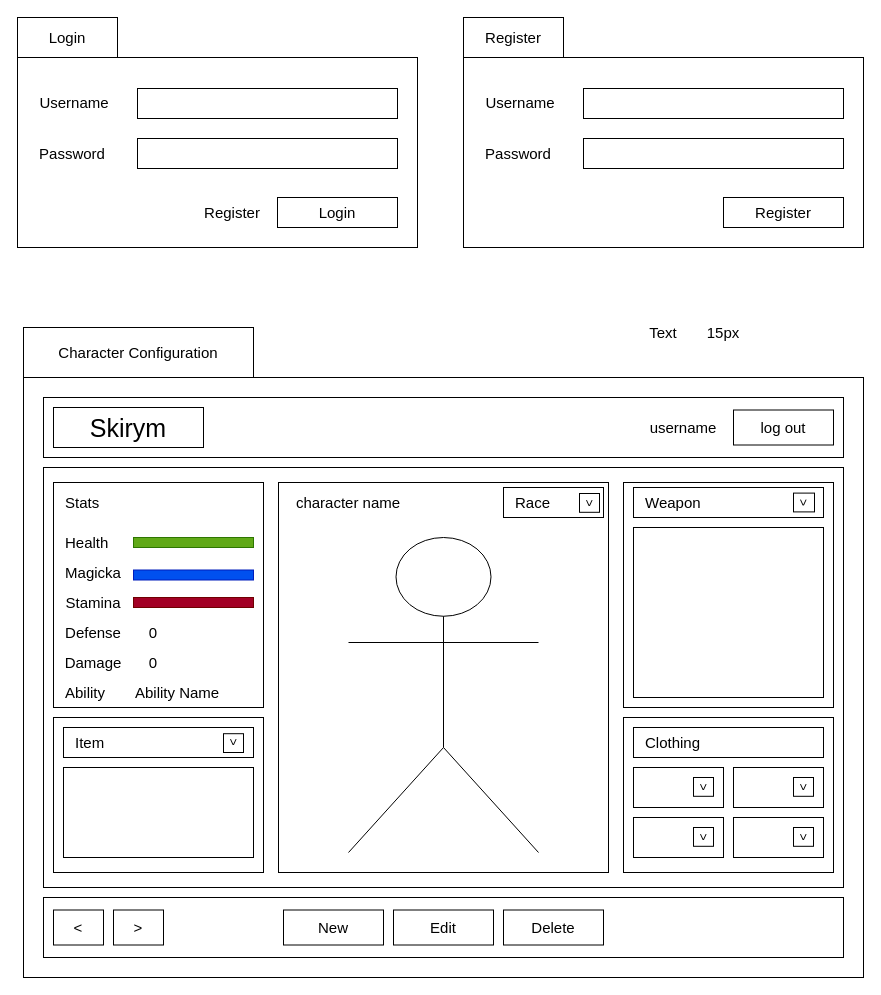
Joel6v/PraktikumZuehlke keeps this draw.io diagram as Diagrams/character_config_page.drawio. Above is the earlier version. Source tidied: cells renumbered, new cells numbered last; positions are measured from the earlier drawing's top-left corner, leaving out a move shared by most shapes. Both pictures are drawn from the tidied source at 100%, with x=0, y=0 at pixel (17, 17).
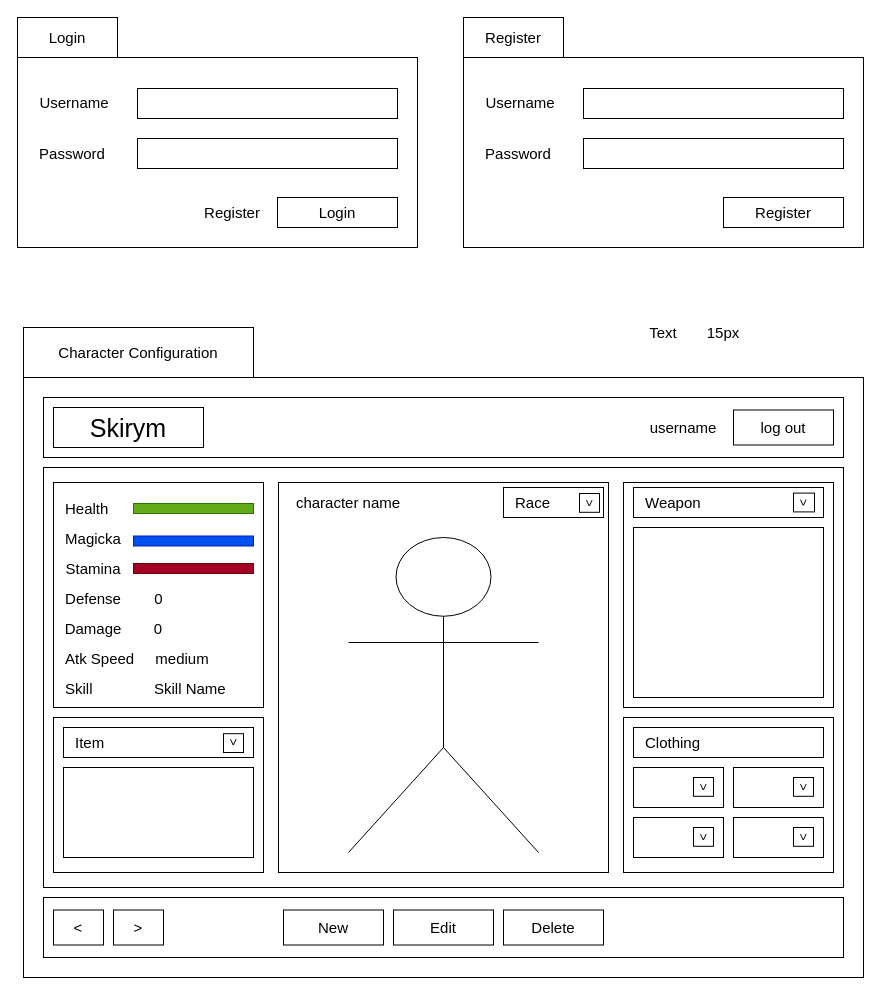
The same diagram, later.

Commit message (it also covers changes not shown here):
create register window, edit register window, edit character  config, edit data model diagram

What changed in the source:
```diff
@@
     <mxCell id="37" value="&lt;font style=&quot;font-size: 15px;&quot;&gt;Health&lt;/font&gt;" style="text;html=1;align=left;verticalAlign=middle;whiteSpace=wrap;rounded=0;" parent="1" vertex="1">
-      <mxGeometry x="46" y="510" width="60" height="30" as="geometry" />
+      <mxGeometry x="46" y="476" width="60" height="30" as="geometry" />
     </mxCell>
-    <mxCell id="38" value="&lt;font style=&quot;font-size: 15px;&quot;&gt;Stats&lt;/font&gt;" style="text;html=1;align=left;verticalAlign=middle;whiteSpace=wrap;rounded=0;" parent="1" vertex="1">
-      <mxGeometry x="46" y="470" width="60" height="30" as="geometry" />
-    </mxCell>
     <mxCell id="39" value="&lt;font style=&quot;font-size: 15px;&quot;&gt;Magicka&lt;/font&gt;" style="text;html=1;align=center;verticalAlign=middle;whiteSpace=wrap;rounded=0;" parent="1" vertex="1">
-      <mxGeometry x="46" y="540" width="60" height="30" as="geometry" />
+      <mxGeometry x="46" y="506" width="60" height="30" as="geometry" />
     </mxCell>
     <mxCell id="40" value="&lt;font style=&quot;font-size: 15px;&quot;&gt;Stamina&lt;/font&gt;" style="text;html=1;align=center;verticalAlign=middle;whiteSpace=wrap;rounded=0;" parent="1" vertex="1">
-      <mxGeometry x="46" y="570" width="60" height="30" as="geometry" />
+      <mxGeometry x="46" y="536" width="60" height="30" as="geometry" />
     </mxCell>
-    <mxCell id="41" value="&lt;font style=&quot;font-size: 15px;&quot;&gt;Ability&lt;/font&gt;" style="text;html=1;align=left;verticalAlign=middle;whiteSpace=wrap;rounded=0;" parent="1" vertex="1">
-      <mxGeometry x="46" y="660" width="60" height="30" as="geometry" />
+    <mxCell id="41" value="&lt;font style=&quot;font-size: 15px;&quot;&gt;Skill&lt;/font&gt;" style="text;html=1;align=left;verticalAlign=middle;whiteSpace=wrap;rounded=0;" parent="1" vertex="1">
+      <mxGeometry x="46" y="656" width="60" height="30" as="geometry" />
     </mxCell>
@@
     <mxCell id="45" style="rounded=0;whiteSpace=wrap;html=1;fillColor=#60a917;fontColor=#ffffff;strokeColor=#2D7600;" parent="1" vertex="1">
-      <mxGeometry x="116" y="520" width="120" height="10" as="geometry" />
+      <mxGeometry x="116" y="486" width="120" height="10" as="geometry" />
     </mxCell>
     <mxCell id="46" style="rounded=0;whiteSpace=wrap;html=1;fillColor=#0050ef;fontColor=#ffffff;strokeColor=#001DBC;" parent="1" vertex="1">
-      <mxGeometry x="116" y="552.5" width="120" height="10" as="geometry" />
+      <mxGeometry x="116" y="518.5" width="120" height="10" as="geometry" />
     </mxCell>
     <mxCell id="47" style="rounded=0;whiteSpace=wrap;html=1;fillColor=#a20025;fontColor=#ffffff;strokeColor=#6F0000;" parent="1" vertex="1">
-      <mxGeometry x="116" y="580" width="120" height="10" as="geometry" />
+      <mxGeometry x="116" y="546" width="120" height="10" as="geometry" />
     </mxCell>
@@
-    <mxCell id="68" value="&lt;font style=&quot;font-size: 15px;&quot;&gt;Ability Name&lt;/font&gt;" style="text;html=1;align=left;verticalAlign=middle;whiteSpace=wrap;rounded=0;" parent="1" vertex="1">
-      <mxGeometry x="116" y="660" width="110" height="30" as="geometry" />
+    <mxCell id="68" value="&lt;font style=&quot;font-size: 15px;&quot;&gt;Skill Name&lt;/font&gt;" style="text;html=1;align=left;verticalAlign=middle;whiteSpace=wrap;rounded=0;" parent="1" vertex="1">
+      <mxGeometry x="135" y="656" width="110" height="30" as="geometry" />
     </mxCell>
@@
     <mxCell id="87" value="&lt;font style=&quot;font-size: 15px;&quot;&gt;Defense&lt;/font&gt;" style="text;html=1;align=center;verticalAlign=middle;whiteSpace=wrap;rounded=0;" parent="1" vertex="1">
-      <mxGeometry x="46" y="600" width="60" height="30" as="geometry" />
+      <mxGeometry x="46" y="566" width="60" height="30" as="geometry" />
     </mxCell>
     <mxCell id="88" value="&lt;font style=&quot;font-size: 15px;&quot;&gt;Damage&lt;/font&gt;" style="text;html=1;align=center;verticalAlign=middle;whiteSpace=wrap;rounded=0;" parent="1" vertex="1">
-      <mxGeometry x="46" y="630" width="60" height="30" as="geometry" />
+      <mxGeometry x="46" y="596" width="60" height="30" as="geometry" />
     </mxCell>
     <mxCell id="89" value="&lt;font style=&quot;font-size: 15px;&quot;&gt;0&lt;/font&gt;" style="text;html=1;align=center;verticalAlign=middle;whiteSpace=wrap;rounded=0;" parent="1" vertex="1">
-      <mxGeometry x="106" y="600" width="60" height="30" as="geometry" />
+      <mxGeometry x="123.5" y="566" width="35" height="30" as="geometry" />
     </mxCell>
     <mxCell id="90" value="&lt;font style=&quot;font-size: 15px;&quot;&gt;0&lt;/font&gt;" style="text;html=1;align=center;verticalAlign=middle;whiteSpace=wrap;rounded=0;" parent="1" vertex="1">
-      <mxGeometry x="106" y="630" width="60" height="30" as="geometry" />
+      <mxGeometry x="121" y="596" width="40" height="30" as="geometry" />
     </mxCell>
@@
+    <mxCell id="111" value="&lt;font style=&quot;font-size: 15px;&quot;&gt;Atk Speed&lt;/font&gt;" style="text;html=1;align=left;verticalAlign=middle;whiteSpace=wrap;rounded=0;" parent="1" vertex="1">
+      <mxGeometry x="46" y="626" width="100" height="30" as="geometry" />
+    </mxCell>
+    <mxCell id="112" value="&lt;font style=&quot;font-size: 15px;&quot;&gt;medium&lt;/font&gt;" style="text;html=1;align=center;verticalAlign=middle;whiteSpace=wrap;rounded=0;" parent="1" vertex="1">
+      <mxGeometry x="135" y="626" width="60" height="30" as="geometry" />
+    </mxCell>
```
